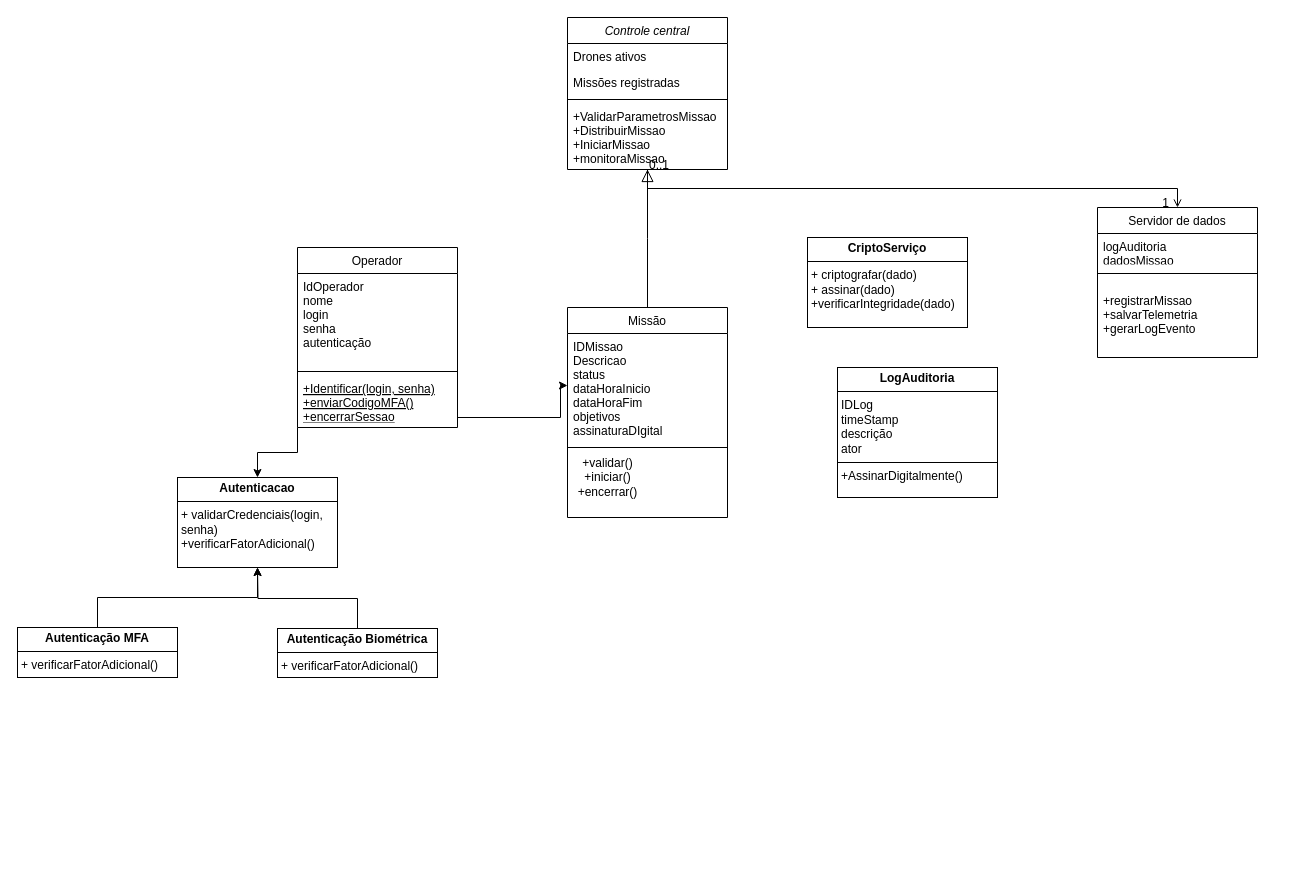
Before: src/Diagrama de classe.drawio in GrupoProjeto021/UML-Classroom-FCI, a draw.io diagram. Source tidied: cells renumbered, new cells numbered last; positions are measured from the earlier drawing's top-left corner, leaving out a move shared by most shapes. Both pictures are drawn from the tidied source at 100%, with x=0, y=0 at pixel (17, 17).
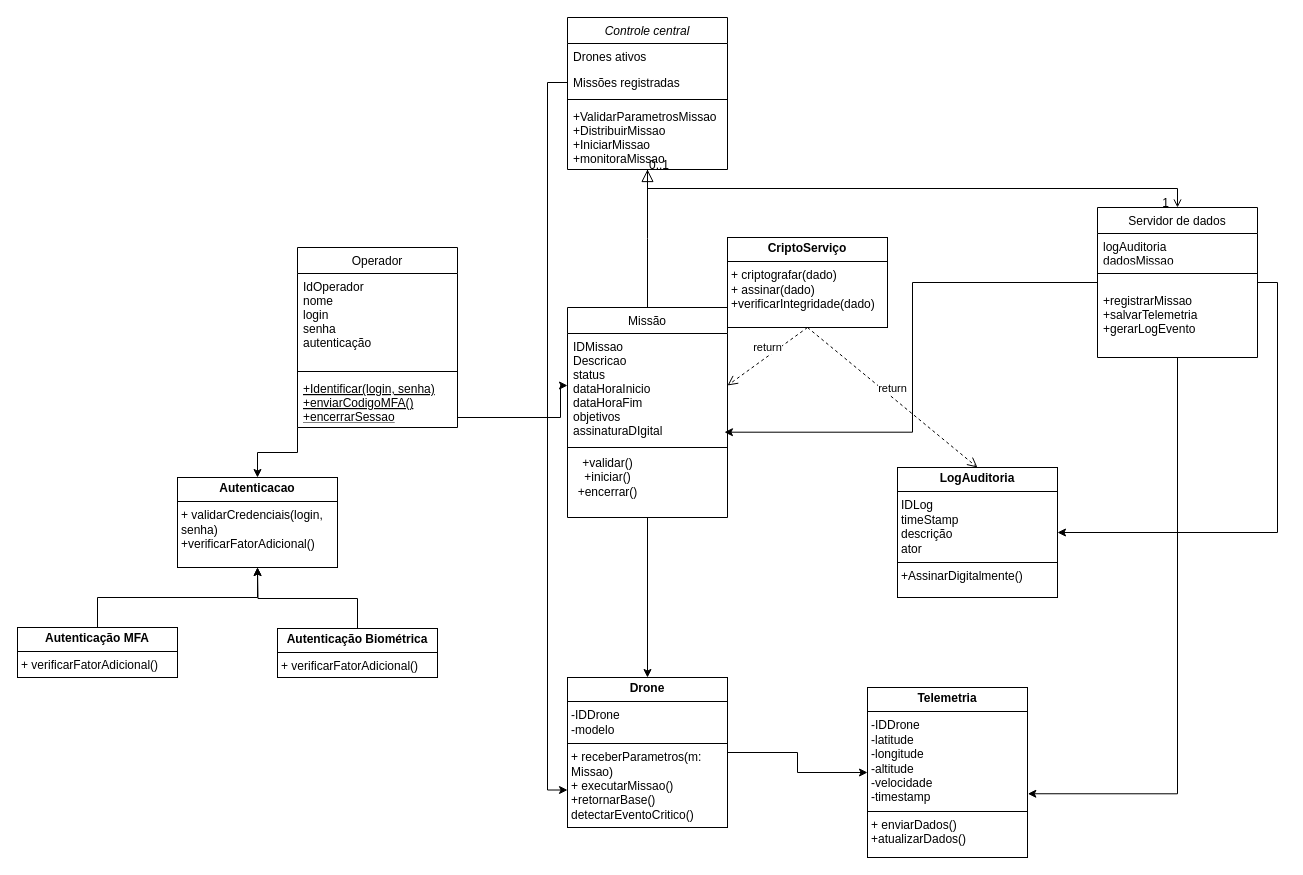
Above is the later version.

Unchanged cells that the change refers to:
```xml
<mxCell id="4" value="Missões registradas" style="text;align=left;verticalAlign=top;spacingLeft=4;spacingRight=4;overflow=hidden;points=[[0,0.5],[1,0.5]];portConstraint=eastwest;rounded=0;shadow=0;html=0;" parent="2" vertex="1">
  <mxGeometry y="52" width="160" height="26" as="geometry" />
</mxCell>
<mxCell id="12" value="Missão" style="swimlane;fontStyle=0;align=center;verticalAlign=top;horizontal=1;startSize=26;rounded=0;shadow=0;strokeWidth=1;" parent="1" vertex="1">
  <mxGeometry x="550" y="290" width="160" height="210" as="geometry" />
</mxCell>
<mxCell id="13" value="IDMissao&#10;Descricao&#10;status&#10;dataHoraInicio&#10;dataHoraFim&#10;objetivos&#10;assinaturaDIgital" style="text;align=left;verticalAlign=top;spacingLeft=4;spacingRight=4;overflow=hidden;points=[[0,0.5],[1,0.5]];portConstraint=eastwest;" parent="12" vertex="1">
  <mxGeometry y="26" width="160" height="104" as="geometry" />
</mxCell>
<mxCell id="16" value="Servidor de dados" style="swimlane;fontStyle=0;align=center;verticalAlign=top;horizontal=1;startSize=26;rounded=0;shadow=0;strokeWidth=1;" parent="1" vertex="1">
  <mxGeometry x="1080" y="190" width="160" height="150" as="geometry" />
</mxCell>
```

The edit, as a diff of the source:
```diff
@@
+    <mxCell id="32" style="edgeStyle=orthogonalEdgeStyle;rounded=0;jettySize=auto;html=1;exitX=0.5;exitY=1;exitDx=0;exitDy=0;entryX=0.5;entryY=0;entryDx=0;entryDy=0;" parent="1" edge="1" source="12" target="36">
+      <mxGeometry relative="1" as="geometry" />
+    </mxCell>
@@
+    <mxCell id="33" style="edgeStyle=orthogonalEdgeStyle;rounded=0;jettySize=auto;html=1;exitX=1;exitY=0.5;exitDx=0;exitDy=0;entryX=1;entryY=0.5;entryDx=0;entryDy=0;" parent="1" edge="1" source="16" target="31">
+      <mxGeometry relative="1" as="geometry" />
+    </mxCell>
@@
     <mxCell id="30" value="&lt;p style=&quot;margin:0px;margin-top:4px;text-align:center;&quot;&gt;&lt;b&gt;CriptoServiço&lt;/b&gt;&lt;/p&gt;&lt;hr size=&quot;1&quot; style=&quot;border-style:solid;&quot;&gt;&lt;p style=&quot;margin:0px;margin-left:4px;&quot;&gt;+ criptografar(dado)&lt;/p&gt;&lt;p style=&quot;margin:0px;margin-left:4px;&quot;&gt;+ assinar(dado)&lt;/p&gt;&lt;p style=&quot;margin:0px;margin-left:4px;&quot;&gt;+verificarIntegridade(dado)&lt;/p&gt;" style="verticalAlign=top;align=left;overflow=fill;html=1;whiteSpace=wrap;" parent="1" vertex="1">
-      <mxGeometry x="790" y="220" width="160" height="90" as="geometry" />
+      <mxGeometry x="710" y="220" width="160" height="90" as="geometry" />
     </mxCell>
     <mxCell id="31" value="&lt;p style=&quot;margin:0px;margin-top:4px;text-align:center;&quot;&gt;&lt;b&gt;LogAuditoria&lt;/b&gt;&lt;/p&gt;&lt;hr size=&quot;1&quot; style=&quot;border-style:solid;&quot;&gt;&lt;p style=&quot;margin:0px;margin-left:4px;&quot;&gt;IDLog&lt;/p&gt;&lt;p style=&quot;margin:0px;margin-left:4px;&quot;&gt;timeStamp&lt;/p&gt;&lt;p style=&quot;margin:0px;margin-left:4px;&quot;&gt;descrição&lt;/p&gt;&lt;p style=&quot;margin:0px;margin-left:4px;&quot;&gt;ator&lt;/p&gt;&lt;hr size=&quot;1&quot; style=&quot;border-style:solid;&quot;&gt;&lt;p style=&quot;margin:0px;margin-left:4px;&quot;&gt;+AssinarDigitalmente()&lt;/p&gt;" style="verticalAlign=top;align=left;overflow=fill;html=1;whiteSpace=wrap;" parent="1" vertex="1">
-      <mxGeometry x="820" y="350" width="160" height="130" as="geometry" />
+      <mxGeometry x="880" y="450" width="160" height="130" as="geometry" />
     </mxCell>
+    <mxCell id="34" value="&lt;p style=&quot;margin:0px;margin-top:4px;text-align:center;&quot;&gt;&lt;b&gt;Telemetria&lt;/b&gt;&lt;/p&gt;&lt;hr size=&quot;1&quot; style=&quot;border-style:solid;&quot;&gt;&lt;p style=&quot;margin:0px;margin-left:4px;&quot;&gt;-IDDrone&lt;/p&gt;&lt;p style=&quot;margin:0px;margin-left:4px;&quot;&gt;-latitude&lt;/p&gt;&lt;p style=&quot;margin:0px;margin-left:4px;&quot;&gt;-longitude&lt;/p&gt;&lt;p style=&quot;margin:0px;margin-left:4px;&quot;&gt;-altitude&lt;/p&gt;&lt;p style=&quot;margin:0px;margin-left:4px;&quot;&gt;-velocidade&lt;/p&gt;&lt;p style=&quot;margin:0px;margin-left:4px;&quot;&gt;-timestamp&lt;/p&gt;&lt;hr size=&quot;1&quot; style=&quot;border-style:solid;&quot;&gt;&lt;p style=&quot;margin:0px;margin-left:4px;&quot;&gt;+ enviarDados()&lt;/p&gt;&lt;p style=&quot;margin:0px;margin-left:4px;&quot;&gt;+atualizarDados()&lt;/p&gt;" style="verticalAlign=top;align=left;overflow=fill;html=1;whiteSpace=wrap;" parent="1" vertex="1">
+      <mxGeometry x="850" y="670" width="160" height="170" as="geometry" />
+    </mxCell>
+    <mxCell id="35" style="edgeStyle=orthogonalEdgeStyle;rounded=0;jettySize=auto;html=1;exitX=1;exitY=0.5;exitDx=0;exitDy=0;entryX=0;entryY=0.5;entryDx=0;entryDy=0;" parent="1" edge="1" source="36" target="34">
+      <mxGeometry relative="1" as="geometry" />
+    </mxCell>
+    <mxCell id="36" value="&lt;p style=&quot;margin:0px;margin-top:4px;text-align:center;&quot;&gt;&lt;b&gt;Drone&lt;/b&gt;&lt;/p&gt;&lt;hr size=&quot;1&quot; style=&quot;border-style:solid;&quot;&gt;&lt;p style=&quot;margin: 0px 0px 0px 4px;&quot;&gt;-IDDrone&lt;/p&gt;&lt;p style=&quot;margin: 0px 0px 0px 4px;&quot;&gt;-modelo&lt;/p&gt;&lt;hr style=&quot;border-style: solid;&quot; size=&quot;1&quot;&gt;&lt;p style=&quot;margin: 0px 0px 0px 4px;&quot;&gt;+ receberParametros(m: Missao)&lt;/p&gt;&lt;p style=&quot;margin: 0px 0px 0px 4px;&quot;&gt;+ executarMissao()&lt;/p&gt;&lt;p style=&quot;margin: 0px 0px 0px 4px;&quot;&gt;+retornarBase()&lt;/p&gt;&lt;p style=&quot;margin: 0px 0px 0px 4px;&quot;&gt;detectarEventoCritico()&lt;/p&gt;" style="verticalAlign=top;align=left;overflow=fill;html=1;whiteSpace=wrap;" parent="1" vertex="1">
+      <mxGeometry x="550" y="660" width="160" height="150" as="geometry" />
+    </mxCell>
+    <mxCell id="37" style="edgeStyle=orthogonalEdgeStyle;rounded=0;jettySize=auto;html=1;exitX=0;exitY=0.5;exitDx=0;exitDy=0;entryX=0;entryY=0.75;entryDx=0;entryDy=0;" parent="1" edge="1" source="4" target="36">
+      <mxGeometry relative="1" as="geometry" />
+    </mxCell>
+    <mxCell id="38" style="edgeStyle=orthogonalEdgeStyle;rounded=0;jettySize=auto;html=1;exitX=0;exitY=0.5;exitDx=0;exitDy=0;entryX=0.981;entryY=0.949;entryDx=0;entryDy=0;entryPerimeter=0;" parent="1" edge="1" source="16" target="13">
+      <mxGeometry relative="1" as="geometry" />
+    </mxCell>
+    <mxCell id="39" value="return" style="html=1;verticalAlign=bottom;endArrow=open;dashed=1;endSize=8;curved=0;rounded=0;exitX=0.5;exitY=1;exitDx=0;exitDy=0;entryX=1;entryY=0.5;entryDx=0;entryDy=0;" parent="1" edge="1" source="30" target="13">
+      <mxGeometry relative="1" as="geometry" />
+    </mxCell>
+    <mxCell id="40" value="return" style="html=1;verticalAlign=bottom;endArrow=open;dashed=1;endSize=8;curved=0;rounded=0;exitX=0.5;exitY=1;exitDx=0;exitDy=0;entryX=0.5;entryY=0;entryDx=0;entryDy=0;" parent="1" edge="1" source="30" target="31">
+      <mxGeometry relative="1" as="geometry" />
+    </mxCell>
+    <mxCell id="41" style="edgeStyle=orthogonalEdgeStyle;rounded=0;jettySize=auto;html=1;exitX=0.5;exitY=1;exitDx=0;exitDy=0;entryX=1.002;entryY=0.625;entryDx=0;entryDy=0;entryPerimeter=0;" parent="1" edge="1" source="16" target="34">
+      <mxGeometry relative="1" as="geometry" />
+    </mxCell>
```
